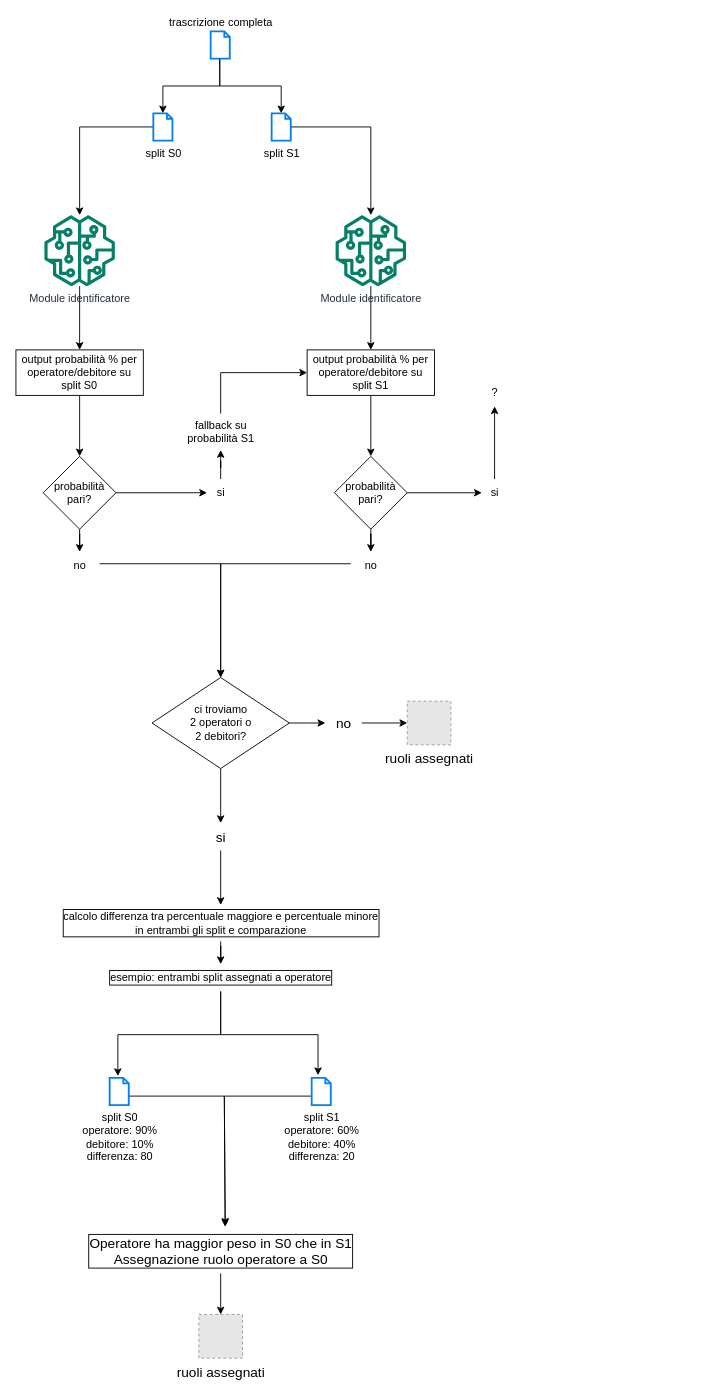
This is pipeline_stabilimento_ruolo_op_deb.drawio from c0pper/mirc0, a draw.io file, before an edit. Source tidied: cells renumbered, new cells numbered last; positions are measured from the earlier drawing's top-left corner, leaving out a move shared by most shapes. Both pictures are drawn from the tidied source at 91%, with x=0, y=0 at pixel (15, 31). Pictures stored in the file or linked from it are replaced by grey dashed boxes.
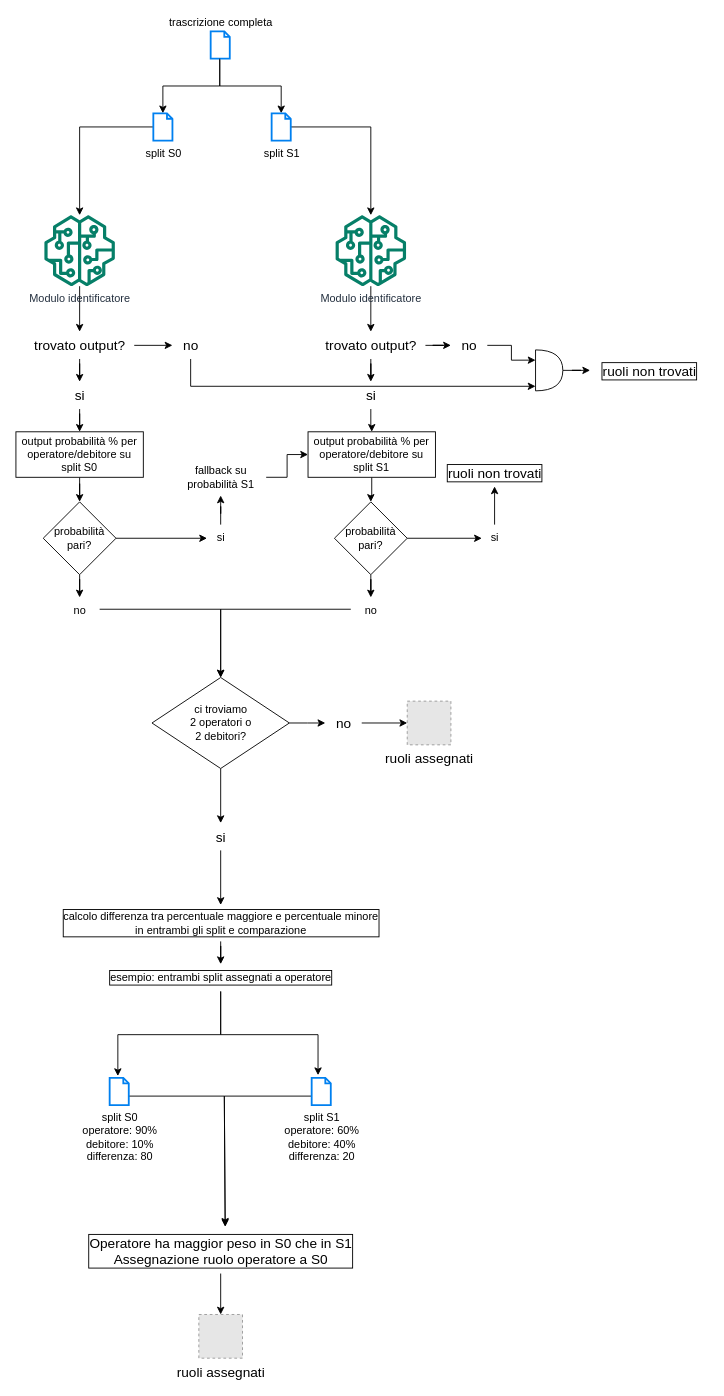
The same page after the edit.

The change refers to these unchanged cells:
```xml
<mxCell id="36" value="ci troviamo&lt;br&gt;2 operatori o&lt;br&gt;2 debitori?" style="rhombus;whiteSpace=wrap;html=1;" parent="1" vertex="1">
  <mxGeometry x="149.5" y="710" width="151" height="100" as="geometry" />
</mxCell>
```

Diff of the diagram source:
```diff
@@
-    <mxCell id="9" style="edgeStyle=orthogonalEdgeStyle;rounded=0;jettySize=auto;html=1;entryX=0.5;entryY=0;entryDx=0;entryDy=0;" parent="1" edge="1" source="10" target="21">
-      <mxGeometry relative="1" as="geometry" />
-    </mxCell>
+    <mxCell id="54" style="edgeStyle=orthogonalEdgeStyle;rounded=0;jettySize=auto;html=1;fontSize=15;" parent="1" edge="1" source="10" target="58">
+      <mxGeometry relative="1" as="geometry" />
+    </mxCell>
-    <mxCell id="10" value="Module identificatore" style="sketch=0;outlineConnect=0;fontColor=#232F3E;gradientColor=none;fillColor=#067F68;strokeColor=none;dashed=0;verticalLabelPosition=bottom;verticalAlign=top;align=center;html=1;fontSize=12;fontStyle=0;shape=mxgraph.aws4.sagemaker_model;" parent="1" vertex="1">
+    <mxCell id="10" value="Modulo identificatore" style="sketch=0;outlineConnect=0;fontColor=#232F3E;gradientColor=none;fillColor=#067F68;strokeColor=none;dashed=0;verticalLabelPosition=bottom;verticalAlign=top;align=center;html=1;fontSize=12;fontStyle=0;shape=mxgraph.aws4.sagemaker_model;" parent="1" vertex="1">
       <mxGeometry x="31" y="202" width="78" height="78" as="geometry" />
     </mxCell>
-    <mxCell id="11" style="edgeStyle=orthogonalEdgeStyle;rounded=0;jettySize=auto;html=1;entryX=0.5;entryY=0;entryDx=0;entryDy=0;" parent="1" edge="1" source="12" target="23">
-      <mxGeometry relative="1" as="geometry" />
-    </mxCell>
+    <mxCell id="55" style="edgeStyle=orthogonalEdgeStyle;rounded=0;jettySize=auto;html=1;fontSize=15;" parent="1" edge="1" source="12" target="63">
+      <mxGeometry relative="1" as="geometry" />
+    </mxCell>
-    <mxCell id="12" value="Module identificatore" style="sketch=0;outlineConnect=0;fontColor=#232F3E;gradientColor=none;fillColor=#067F68;strokeColor=none;dashed=0;verticalLabelPosition=bottom;verticalAlign=top;align=center;html=1;fontSize=12;fontStyle=0;shape=mxgraph.aws4.sagemaker_model;" parent="1" vertex="1">
+    <mxCell id="12" value="Modulo identificatore" style="sketch=0;outlineConnect=0;fontColor=#232F3E;gradientColor=none;fillColor=#067F68;strokeColor=none;dashed=0;verticalLabelPosition=bottom;verticalAlign=top;align=center;html=1;fontSize=12;fontStyle=0;shape=mxgraph.aws4.sagemaker_model;" parent="1" vertex="1">
       <mxGeometry x="351" y="202" width="78" height="78" as="geometry" />
     </mxCell>
@@
     <mxCell id="15" value="probabilità pari?" style="rhombus;whiteSpace=wrap;html=1;" parent="1" vertex="1">
-      <mxGeometry x="30" y="467" width="80" height="80" as="geometry" />
+      <mxGeometry x="30" y="517" width="80" height="80" as="geometry" />
     </mxCell>
     <mxCell id="16" style="edgeStyle=orthogonalEdgeStyle;rounded=0;jettySize=auto;html=1;entryX=0.5;entryY=0;entryDx=0;entryDy=0;exitX=1.05;exitY=0.433;exitDx=0;exitDy=0;exitPerimeter=0;" parent="1" edge="1" source="17" target="36">
       <mxGeometry relative="1" as="geometry">
         <Array as="points">
-          <mxPoint x="225" y="585" />
+          <mxPoint x="225" y="635" />
         </Array>
       </mxGeometry>
     </mxCell>
     <mxCell id="17" value="no" style="text;html=1;align=center;verticalAlign=middle;points=[];strokeColor=none;fillColor=none;" parent="1" vertex="1">
-      <mxGeometry x="50" y="572" width="40" height="30" as="geometry" />
+      <mxGeometry x="50" y="622" width="40" height="30" as="geometry" />
     </mxCell>
@@
     <mxCell id="19" value="si" style="text;html=1;align=center;verticalAlign=middle;points=[];strokeColor=none;fillColor=none;" parent="1" vertex="1">
-      <mxGeometry x="210" y="492" width="30" height="30" as="geometry" />
+      <mxGeometry x="210" y="542" width="30" height="30" as="geometry" />
     </mxCell>
@@
     <mxCell id="21" value="output probabilità % per operatore/debitore su split S0" style="rounded=0;whiteSpace=wrap;html=1;" parent="1" vertex="1">
-      <mxGeometry y="350" width="140" height="50" as="geometry" />
+      <mxGeometry y="440" width="140" height="50" as="geometry" />
     </mxCell>
@@
     <mxCell id="23" value="output probabilità % per operatore/debitore su split S1" style="rounded=0;whiteSpace=wrap;html=1;" parent="1" vertex="1">
-      <mxGeometry x="320" y="350" width="140" height="50" as="geometry" />
+      <mxGeometry x="321" y="440" width="140" height="50" as="geometry" />
     </mxCell>
-    <mxCell id="24" style="edgeStyle=orthogonalEdgeStyle;rounded=0;jettySize=auto;html=1;entryX=0;entryY=0.5;entryDx=0;entryDy=0;" parent="1" edge="1" source="25" target="23">
-      <mxGeometry relative="1" as="geometry">
-        <Array as="points">
-          <mxPoint x="225" y="375" />
-        </Array>
-      </mxGeometry>
+    <mxCell id="24" style="edgeStyle=orthogonalEdgeStyle;rounded=0;jettySize=auto;html=1;entryX=0;entryY=0.5;entryDx=0;entryDy=0;fontSize=15;" parent="1" edge="1" source="25" target="23">
+      <mxGeometry relative="1" as="geometry" />
     </mxCell>
     <mxCell id="25" value="fallback su &lt;br&gt;probabilità S1" style="text;html=1;align=center;verticalAlign=middle;points=[];strokeColor=none;fillColor=none;" parent="1" vertex="1">
-      <mxGeometry x="175" y="420" width="100" height="40" as="geometry" />
+      <mxGeometry x="175" y="470" width="100" height="40" as="geometry" />
     </mxCell>
@@
     <mxCell id="28" value="probabilità pari?" style="rhombus;whiteSpace=wrap;html=1;" parent="1" vertex="1">
-      <mxGeometry x="350" y="467" width="80" height="80" as="geometry" />
+      <mxGeometry x="350" y="517" width="80" height="80" as="geometry" />
     </mxCell>
-    <mxCell id="29" style="edgeStyle=orthogonalEdgeStyle;rounded=0;jettySize=auto;html=1;" parent="1" edge="1" source="30" target="31">
+    <mxCell id="29" style="edgeStyle=orthogonalEdgeStyle;rounded=0;jettySize=auto;html=1;" parent="1" edge="1" source="30" target="73">
       <mxGeometry relative="1" as="geometry" />
     </mxCell>
     <mxCell id="30" value="si" style="text;html=1;align=center;verticalAlign=middle;points=[];strokeColor=none;fillColor=none;" parent="1" vertex="1">
-      <mxGeometry x="511" y="492" width="30" height="30" as="geometry" />
+      <mxGeometry x="511" y="542" width="30" height="30" as="geometry" />
     </mxCell>
-    <mxCell id="31" value="?" style="text;html=1;align=center;verticalAlign=middle;points=[];strokeColor=none;fillColor=none;" parent="1" vertex="1">
-      <mxGeometry x="511" y="382" width="30" height="30" as="geometry" />
-    </mxCell>
     <mxCell id="32" style="edgeStyle=orthogonalEdgeStyle;rounded=0;jettySize=auto;html=1;entryX=0.5;entryY=0;entryDx=0;entryDy=0;exitX=-0.05;exitY=0.433;exitDx=0;exitDy=0;exitPerimeter=0;" parent="1" edge="1" source="33" target="36">
       <mxGeometry relative="1" as="geometry">
         <Array as="points">
-          <mxPoint x="225" y="585" />
+          <mxPoint x="225" y="635" />
         </Array>
       </mxGeometry>
     </mxCell>
     <mxCell id="33" value="no" style="text;html=1;align=center;verticalAlign=middle;points=[];strokeColor=none;fillColor=none;" parent="1" vertex="1">
-      <mxGeometry x="370" y="572" width="40" height="30" as="geometry" />
+      <mxGeometry x="370" y="622" width="40" height="30" as="geometry" />
     </mxCell>
@@
+    <mxCell id="56" style="edgeStyle=orthogonalEdgeStyle;rounded=0;jettySize=auto;html=1;fontSize=15;" parent="1" edge="1" source="58" target="60">
+      <mxGeometry relative="1" as="geometry" />
+    </mxCell>
+    <mxCell id="57" style="edgeStyle=orthogonalEdgeStyle;rounded=0;jettySize=auto;html=1;fontSize=15;" parent="1" edge="1" source="58" target="69">
+      <mxGeometry relative="1" as="geometry" />
+    </mxCell>
+    <mxCell id="58" value="trovato output?" style="text;html=1;align=center;verticalAlign=middle;points=[];strokeColor=none;fillColor=none;fontSize=15;labelBorderColor=none;" parent="1" vertex="1">
+      <mxGeometry x="10" y="330" width="120" height="30" as="geometry" />
+    </mxCell>
+    <mxCell id="59" style="edgeStyle=orthogonalEdgeStyle;rounded=0;jettySize=auto;html=1;fontSize=15;" parent="1" edge="1" source="60" target="71">
+      <mxGeometry relative="1" as="geometry">
+        <Array as="points">
+          <mxPoint x="192" y="390" />
+        </Array>
+      </mxGeometry>
+    </mxCell>
+    <mxCell id="60" value="no" style="text;html=1;align=center;verticalAlign=middle;points=[];strokeColor=none;fillColor=none;fontSize=15;" parent="1" vertex="1">
+      <mxGeometry x="172" y="330" width="40" height="30" as="geometry" />
+    </mxCell>
+    <mxCell id="61" style="edgeStyle=orthogonalEdgeStyle;rounded=0;jettySize=auto;html=1;fontSize=15;" parent="1" edge="1" source="63" target="65">
+      <mxGeometry relative="1" as="geometry" />
+    </mxCell>
+    <mxCell id="62" style="edgeStyle=orthogonalEdgeStyle;rounded=0;jettySize=auto;html=1;fontSize=15;" parent="1" edge="1" source="63" target="67">
+      <mxGeometry relative="1" as="geometry" />
+    </mxCell>
+    <mxCell id="63" value="trovato output?" style="text;html=1;align=center;verticalAlign=middle;points=[];strokeColor=none;fillColor=none;fontSize=15;" parent="1" vertex="1">
+      <mxGeometry x="330" y="330" width="120" height="30" as="geometry" />
+    </mxCell>
+    <mxCell id="64" style="edgeStyle=orthogonalEdgeStyle;rounded=0;jettySize=auto;html=1;entryX=0;entryY=0.25;entryDx=0;entryDy=0;entryPerimeter=0;fontSize=15;" parent="1" edge="1" source="65" target="71">
+      <mxGeometry relative="1" as="geometry" />
+    </mxCell>
+    <mxCell id="65" value="no" style="text;html=1;align=center;verticalAlign=middle;points=[];strokeColor=none;fillColor=none;fontSize=15;" parent="1" vertex="1">
+      <mxGeometry x="478" y="330" width="40" height="30" as="geometry" />
+    </mxCell>
+    <mxCell id="66" style="edgeStyle=orthogonalEdgeStyle;rounded=0;jettySize=auto;html=1;entryX=0.5;entryY=0;entryDx=0;entryDy=0;fontSize=15;" parent="1" edge="1" source="67" target="23">
+      <mxGeometry relative="1" as="geometry" />
+    </mxCell>
+    <mxCell id="67" value="si" style="text;html=1;align=center;verticalAlign=middle;points=[];strokeColor=none;fillColor=none;fontSize=15;" parent="1" vertex="1">
+      <mxGeometry x="375" y="385" width="30" height="30" as="geometry" />
+    </mxCell>
+    <mxCell id="68" style="edgeStyle=orthogonalEdgeStyle;rounded=0;jettySize=auto;html=1;fontSize=15;" parent="1" edge="1" source="69" target="21">
+      <mxGeometry relative="1" as="geometry" />
+    </mxCell>
+    <mxCell id="69" value="si" style="text;html=1;align=center;verticalAlign=middle;points=[];strokeColor=none;fillColor=none;fontSize=15;" parent="1" vertex="1">
+      <mxGeometry x="55" y="385" width="30" height="30" as="geometry" />
+    </mxCell>
+    <mxCell id="70" style="edgeStyle=orthogonalEdgeStyle;rounded=0;jettySize=auto;html=1;fontSize=15;" parent="1" edge="1" source="71" target="72">
+      <mxGeometry relative="1" as="geometry" />
+    </mxCell>
+    <mxCell id="71" style="shape=or;whiteSpace=wrap;html=1;labelBackgroundColor=default;labelBorderColor=default;fontSize=15;" parent="1" vertex="1">
+      <mxGeometry x="571" y="350" width="30" height="45" as="geometry" />
+    </mxCell>
+    <mxCell id="72" value="ruoli non trovati" style="text;html=1;align=center;verticalAlign=middle;points=[];strokeColor=none;fillColor=none;fontSize=15;labelBorderColor=default;" parent="1" vertex="1">
+      <mxGeometry x="631" y="357.5" width="130" height="30" as="geometry" />
+    </mxCell>
+    <mxCell id="73" value="ruoli non trovati" style="text;html=1;align=center;verticalAlign=middle;points=[];strokeColor=none;fillColor=none;fontSize=15;labelBorderColor=default;" parent="1" vertex="1">
+      <mxGeometry x="461" y="470" width="130" height="30" as="geometry" />
+    </mxCell>
```
